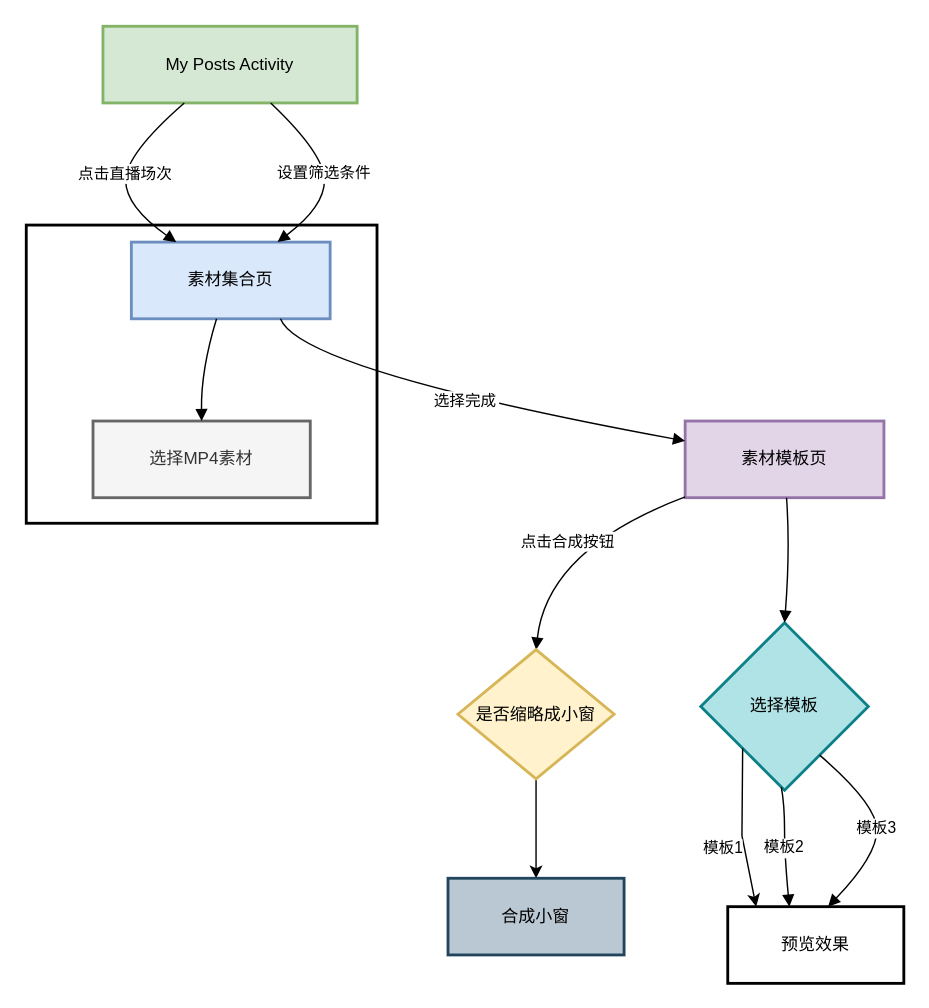
Above: 直播素材页.drawio in Qdecember/drawIO (draw.io), before the change. Source tidied: cells renumbered, new cells numbered last; positions are measured from the earlier drawing's top-left corner, leaving out a move shared by most shapes. Both pictures are drawn from the tidied source at 142%, with x=0, y=0 at pixel (26, 26).
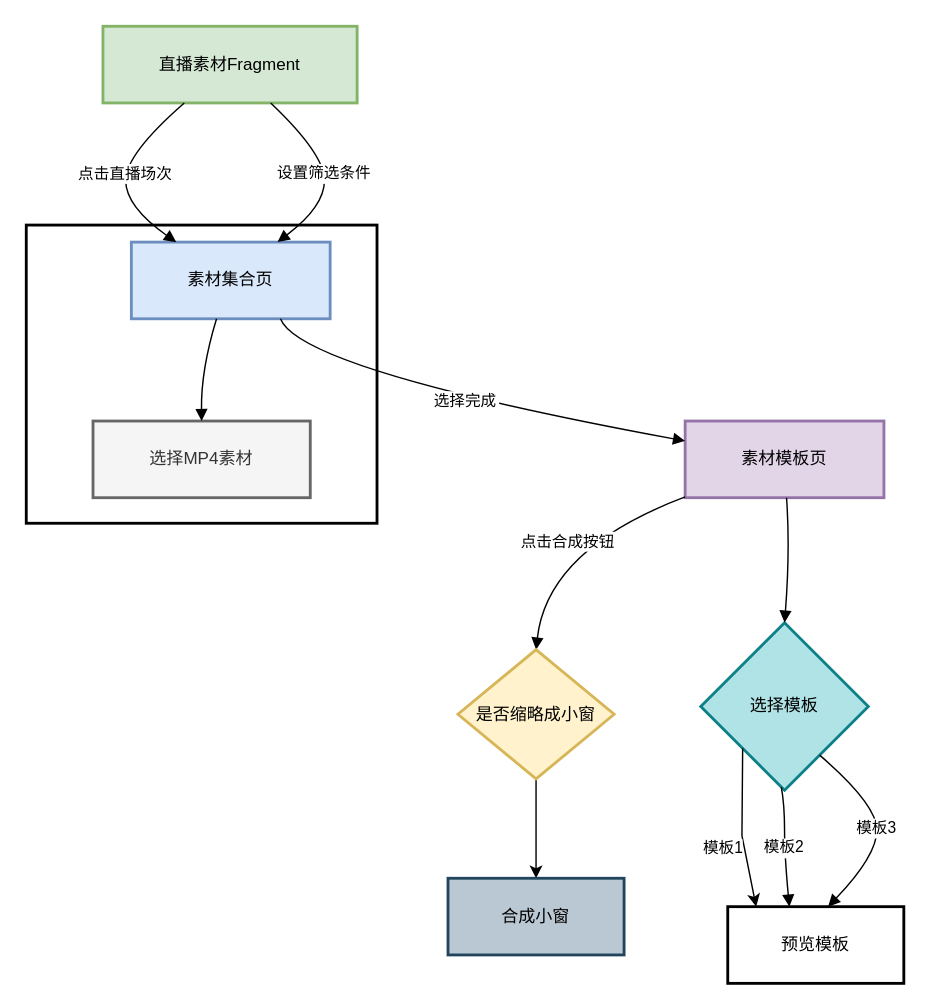
The same page after the edit.

Commit message:
更新直播素材页.drawio

What changed in the source:
```diff
@@
-    <mxCell id="3" value="My Posts Activity" style="whiteSpace=wrap;strokeWidth=2;fillColor=#d5e8d4;strokeColor=#82b366;" parent="1" vertex="1">
+    <mxCell id="3" value="直播素材Fragment" style="whiteSpace=wrap;strokeWidth=2;fillColor=#d5e8d4;strokeColor=#82b366;" parent="1" vertex="1">
       <mxGeometry x="54" width="179" height="54" as="geometry" />
     </mxCell>
@@
-    <mxCell id="8" value="预览效果" style="whiteSpace=wrap;strokeWidth=2;" parent="1" vertex="1">
+    <mxCell id="8" value="预览模板" style="whiteSpace=wrap;strokeWidth=2;" parent="1" vertex="1">
       <mxGeometry x="494" y="620" width="124" height="54" as="geometry" />
     </mxCell>
```
